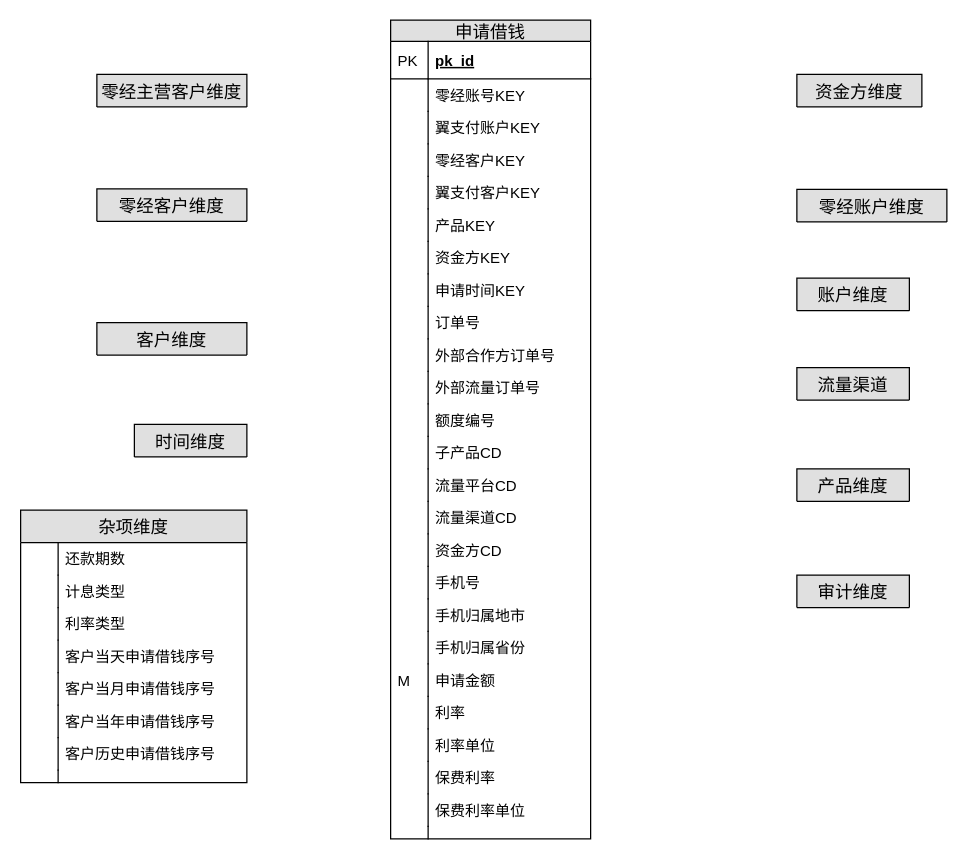
Above: page "申请" (1 of 5) of 零经交易域.drawio in CarryNi/Orange (draw.io), before the change. Source tidied: cells renumbered, new cells numbered last; positions are measured from the earlier drawing's top-left corner, leaving out a move shared by most shapes. Both pictures are drawn from the tidied source at 125%, with x=0, y=0 at pixel (20, 19).
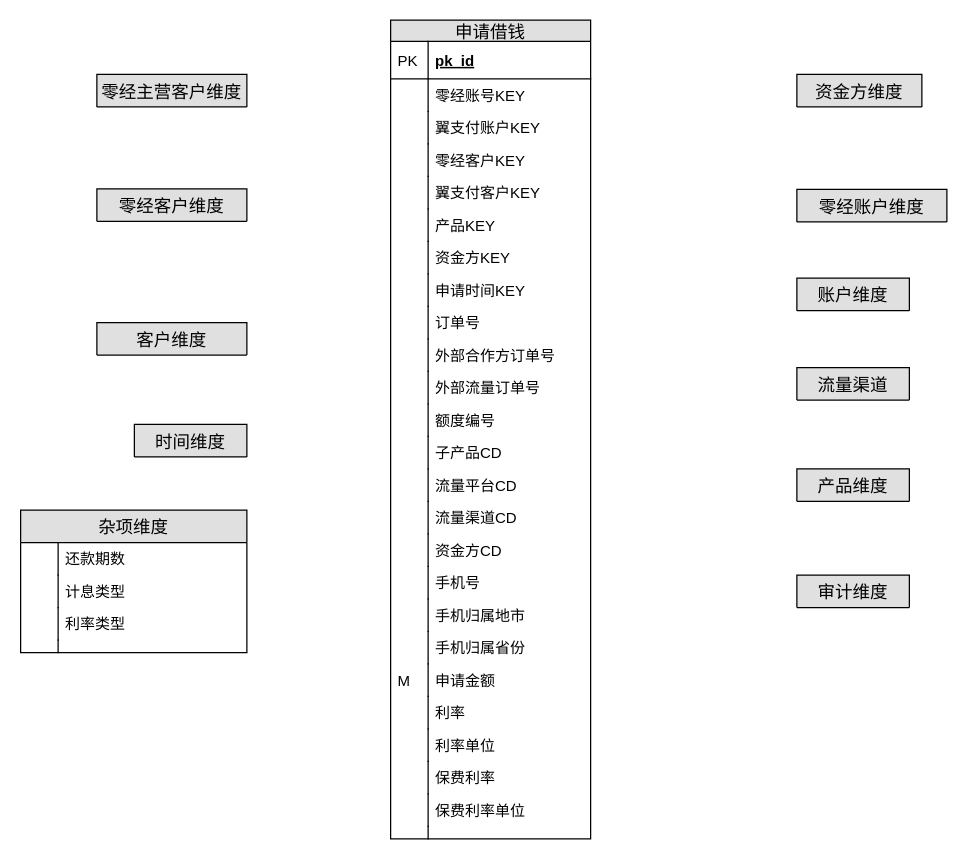
The same diagram, later.

The edit, as a diff of the source:
```diff
@@
     <mxCell id="62" value="杂项维度" style="swimlane;fontStyle=0;horizontal=1;startSize=26;fillColor=#e0e0e0;swimlaneFillColor=#ffffff;align=center;fontSize=14;" parent="1" vertex="1">
-      <mxGeometry y="392.5" width="181" height="218" as="geometry" />
+      <mxGeometry y="392.5" width="181" height="114" as="geometry" />
     </mxCell>
@@
-    <mxCell id="69" value="客户当天申请借钱序号" style="shape=partialRectangle;top=0;left=0;right=0;bottom=0;align=left;verticalAlign=top;fillColor=none;spacingLeft=34;spacingRight=4;overflow=hidden;fontSize=12;" parent="62" vertex="1">
-      <mxGeometry y="104" width="181" height="26" as="geometry" />
-    </mxCell>
-    <mxCell id="70" style="shape=partialRectangle;top=0;left=0;bottom=0;fillColor=none;align=left;verticalAlign=top;spacingLeft=4;spacingRight=4;overflow=hidden;fontSize=12;" parent="69" vertex="1">
-      <mxGeometry width="30" height="26" as="geometry" />
-    </mxCell>
-    <mxCell id="71" value="客户当月申请借钱序号" style="shape=partialRectangle;top=0;left=0;right=0;bottom=0;align=left;verticalAlign=top;fillColor=none;spacingLeft=34;spacingRight=4;overflow=hidden;fontSize=12;" parent="62" vertex="1">
-      <mxGeometry y="130" width="181" height="26" as="geometry" />
-    </mxCell>
-    <mxCell id="72" style="shape=partialRectangle;top=0;left=0;bottom=0;fillColor=none;align=left;verticalAlign=top;spacingLeft=4;spacingRight=4;overflow=hidden;fontSize=12;" parent="71" vertex="1">
-      <mxGeometry width="30" height="26" as="geometry" />
-    </mxCell>
-    <mxCell id="73" value="客户当年申请借钱序号" style="shape=partialRectangle;top=0;left=0;right=0;bottom=0;align=left;verticalAlign=top;fillColor=none;spacingLeft=34;spacingRight=4;overflow=hidden;fontSize=12;" parent="62" vertex="1">
-      <mxGeometry y="156" width="181" height="26" as="geometry" />
-    </mxCell>
-    <mxCell id="74" style="shape=partialRectangle;top=0;left=0;bottom=0;fillColor=none;align=left;verticalAlign=top;spacingLeft=4;spacingRight=4;overflow=hidden;fontSize=12;" parent="73" vertex="1">
-      <mxGeometry width="30" height="26" as="geometry" />
-    </mxCell>
-    <mxCell id="75" value="客户历史申请借钱序号" style="shape=partialRectangle;top=0;left=0;right=0;bottom=0;align=left;verticalAlign=top;fillColor=none;spacingLeft=34;spacingRight=4;overflow=hidden;fontSize=12;" parent="62" vertex="1">
-      <mxGeometry y="182" width="181" height="26" as="geometry" />
-    </mxCell>
-    <mxCell id="76" style="shape=partialRectangle;top=0;left=0;bottom=0;fillColor=none;align=left;verticalAlign=top;spacingLeft=4;spacingRight=4;overflow=hidden;fontSize=12;" parent="75" vertex="1">
-      <mxGeometry width="30" height="26" as="geometry" />
-    </mxCell>
     <mxCell id="77" style="shape=partialRectangle;top=0;left=0;right=0;bottom=0;align=left;verticalAlign=top;fillColor=none;spacingLeft=34;spacingRight=4;overflow=hidden;fontSize=12;" parent="62" vertex="1">
-      <mxGeometry y="208" width="181" height="10" as="geometry" />
+      <mxGeometry y="104" width="181" height="10" as="geometry" />
     </mxCell>
```
